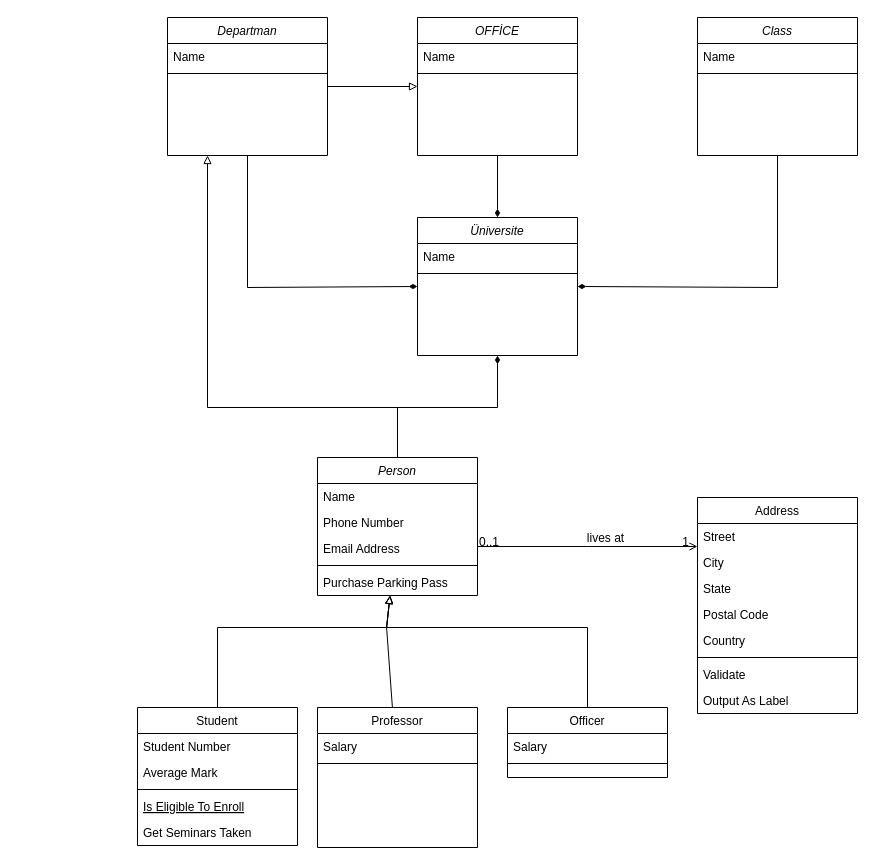
This is Başlıksız Diyagram.drawio from hllerden/CSharp, a draw.io file, before an edit. Source tidied: cells renumbered, new cells numbered last; positions are measured from the earlier drawing's top-left corner, leaving out a move shared by most shapes. Both pictures are drawn from the tidied source at 100%, with x=0, y=0 at pixel (137, 17).
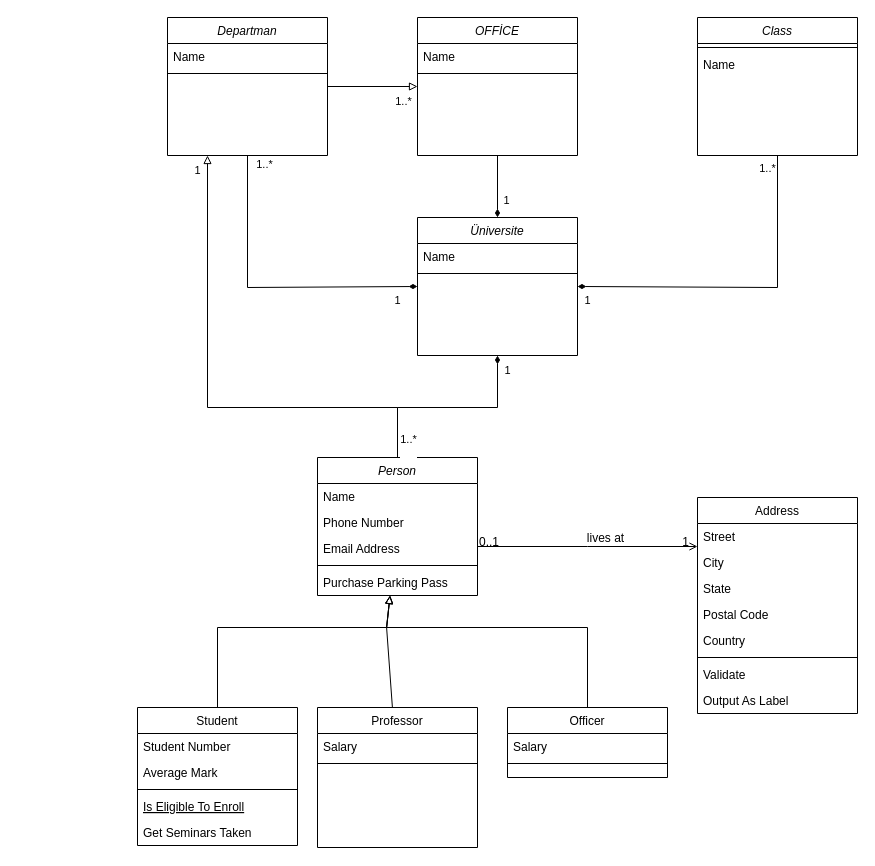
The same page after the edit.

Commit message:
OOP HomeWork 1 .drawio

The change refers to these unchanged cells:
```xml
<mxCell id="51" value="Class&#10;" style="swimlane;fontStyle=2;align=center;verticalAlign=top;horizontal=1;startSize=26;rounded=0;shadow=0;strokeWidth=1;" parent="1" vertex="1">
  <mxGeometry x="560" width="160" height="138" as="geometry" />
</mxCell>
<mxCell id="54" style="edgeStyle=none;rounded=0;sketch=0;jettySize=auto;html=1;exitX=1;exitY=0.5;exitDx=0;exitDy=0;entryX=0;entryY=0.5;entryDx=0;entryDy=0;shadow=0;endArrow=block;endFill=0;" parent="1" edge="1" source="43" target="47">
  <mxGeometry relative="1" as="geometry" />
</mxCell>
```

What changed in the source:
```diff
@@
+    <mxCell id="53" style="line;html=1;strokeWidth=1;align=left;verticalAlign=middle;spacingTop=-1;spacingLeft=3;spacingRight=3;labelPosition=right;" parent="51" vertex="1">
+      <mxGeometry y="26" width="160" height="8" as="geometry" />
+    </mxCell>
     <mxCell id="52" value="Name" style="text;align=left;verticalAlign=top;spacingLeft=4;spacingRight=4;overflow=hidden;" parent="51" vertex="1">
-      <mxGeometry y="26" width="160" height="26" as="geometry" />
+      <mxGeometry y="34" width="160" height="26" as="geometry" />
     </mxCell>
-    <mxCell id="53" style="line;html=1;strokeWidth=1;align=left;verticalAlign=middle;spacingTop=-1;spacingLeft=3;spacingRight=3;labelPosition=right;" parent="51" vertex="1">
-      <mxGeometry y="52" width="160" height="8" as="geometry" />
-    </mxCell>
@@
+    <mxCell id="55" value="&lt;div&gt;1..*&lt;/div&gt;&lt;div&gt;&lt;br&gt;&lt;/div&gt;" style="edgeLabel;html=1;align=center;verticalAlign=middle;" parent="54" vertex="1">
+      <mxGeometry x="0.69" y="1" relative="1" as="geometry">
+        <mxPoint x="-1" y="22" as="offset" />
+      </mxGeometry>
+    </mxCell>
+    <mxCell id="56" value="&lt;div&gt;1..*&lt;/div&gt;&lt;div&gt;&lt;br&gt;&lt;/div&gt;" style="edgeLabel;html=1;align=center;verticalAlign=middle;" parent="1" vertex="1">
+      <mxGeometry x="680" y="160" as="geometry">
+        <mxPoint x="-51" y="-3" as="offset" />
+      </mxGeometry>
+    </mxCell>
+    <mxCell id="57" value="1" style="edgeLabel;html=1;align=center;verticalAlign=middle;" parent="1" vertex="1">
+      <mxGeometry x="190" y="280" as="geometry">
+        <mxPoint x="179" y="72" as="offset" />
+      </mxGeometry>
+    </mxCell>
+    <mxCell id="58" value="&lt;div&gt;1..*&lt;/div&gt;&lt;div&gt;&lt;br&gt;&lt;/div&gt;" style="edgeLabel;html=1;align=center;verticalAlign=middle;" parent="1" vertex="1">
+      <mxGeometry x="200" y="110" as="geometry">
+        <mxPoint x="-74" y="43" as="offset" />
+      </mxGeometry>
+    </mxCell>
+    <mxCell id="59" value="1" style="edgeLabel;html=1;align=center;verticalAlign=middle;" parent="1" vertex="1">
+      <mxGeometry x="270" y="210" as="geometry">
+        <mxPoint x="179" y="72" as="offset" />
+      </mxGeometry>
+    </mxCell>
+    <mxCell id="60" value="1" style="edgeLabel;html=1;align=center;verticalAlign=middle;" parent="1" vertex="1">
+      <mxGeometry x="110" y="110" width="160" as="geometry">
+        <mxPoint x="179" y="72" as="offset" />
+      </mxGeometry>
+    </mxCell>
+    <mxCell id="61" value="1" style="edgeLabel;html=1;align=center;verticalAlign=middle;" parent="1" vertex="1">
+      <mxGeometry x="80" y="210" as="geometry">
+        <mxPoint x="179" y="72" as="offset" />
+      </mxGeometry>
+    </mxCell>
+    <mxCell id="62" value="1" style="edgeLabel;html=1;align=center;verticalAlign=middle;" parent="1" vertex="1">
+      <mxGeometry x="-120" y="80" as="geometry">
+        <mxPoint x="179" y="72" as="offset" />
+      </mxGeometry>
+    </mxCell>
+    <mxCell id="63" value="&lt;div&gt;1..*&lt;/div&gt;&lt;div&gt;&lt;br&gt;&lt;/div&gt;" style="edgeLabel;html=1;align=center;verticalAlign=middle;" parent="1" vertex="1">
+      <mxGeometry x="275" y="100" as="geometry">
+        <mxPoint x="-5" y="328" as="offset" />
+      </mxGeometry>
+    </mxCell>
```
